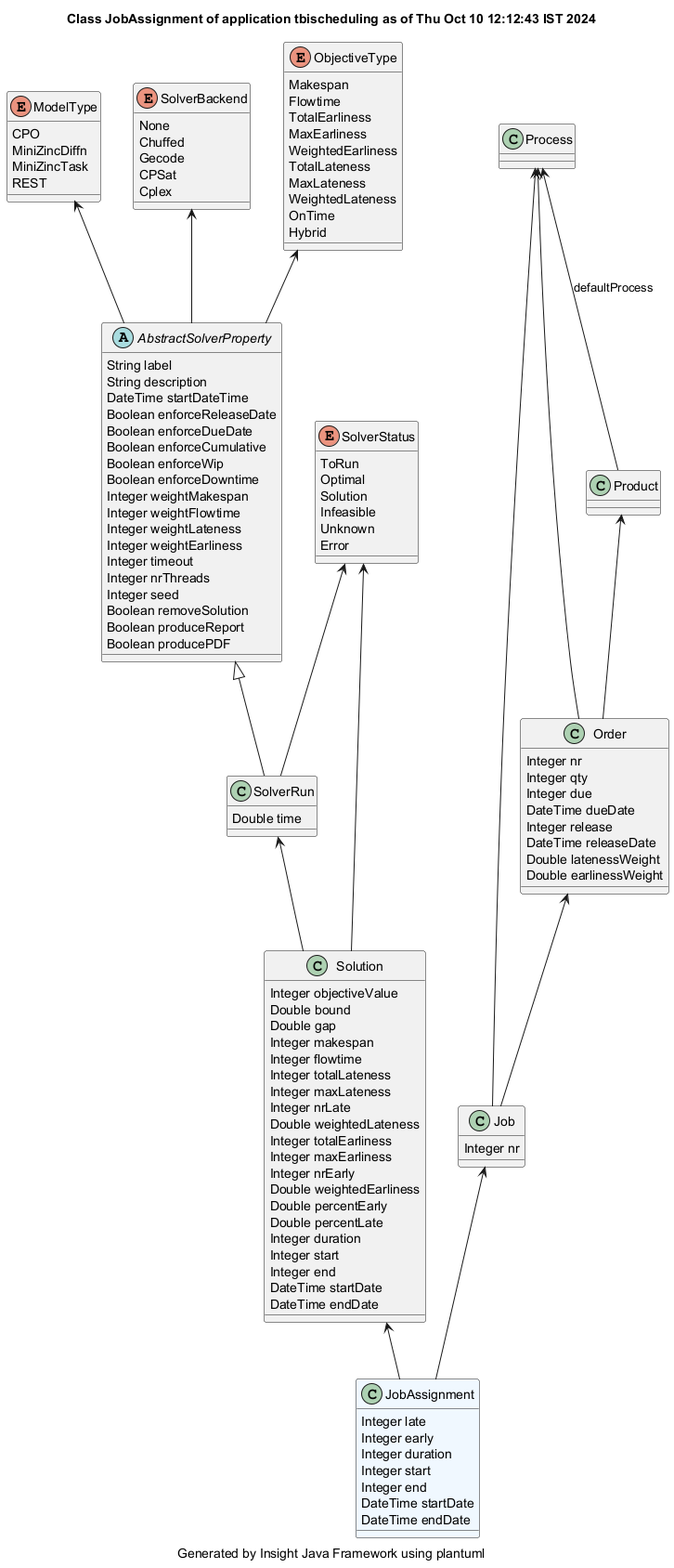
The PlantUML diagram demonstrator/tbischeduling/site/plantuml/JobAssignment.png in hsimonis/schedulingtraining, before a commit.
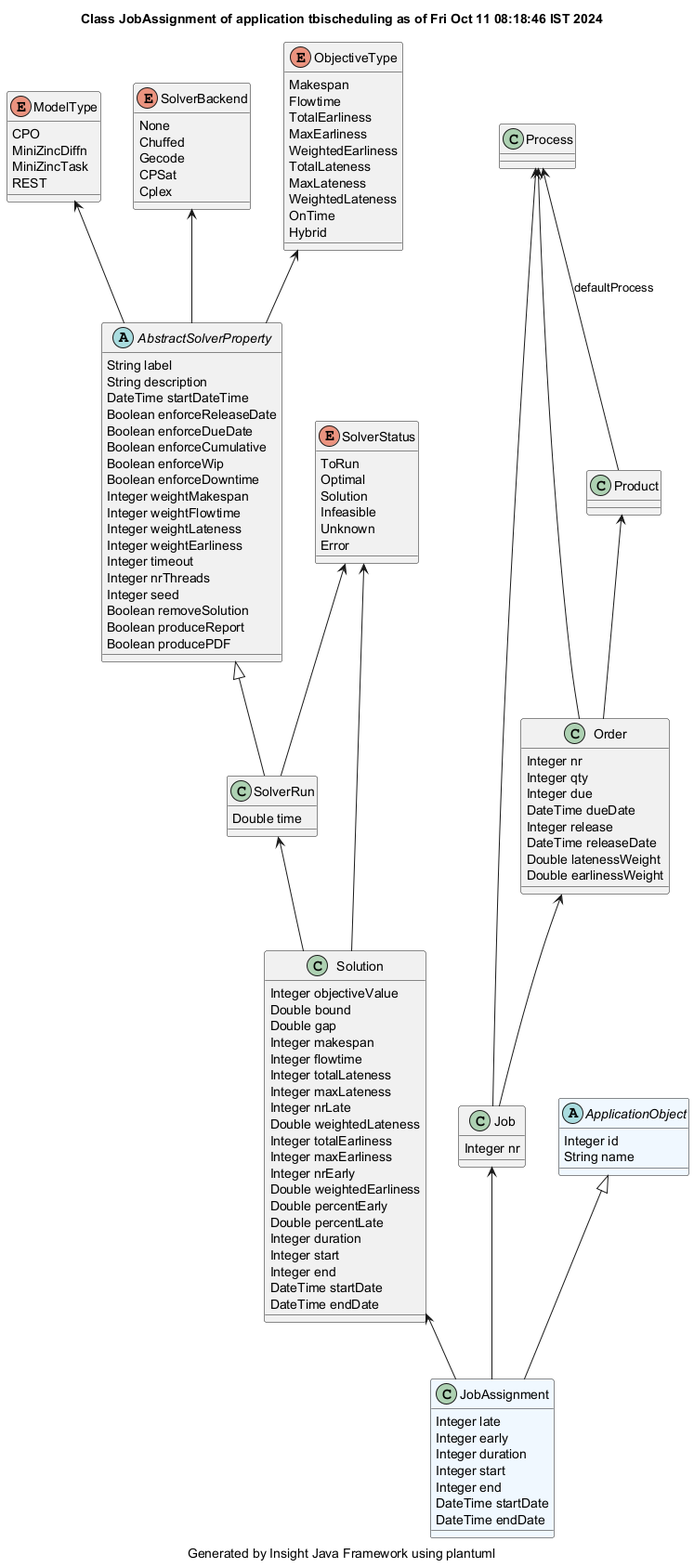
After the change.

Change to the diagram source:
```diff
@@ -1,5 +1,5 @@
 @startuml
-title Class JobAssignment of application tbischeduling as of Thu Oct 10 12:12:43 IST 2024
+title Class JobAssignment of application tbischeduling as of Fri Oct 11 08:18:46 IST 2024
 caption Generated by Insight Java Framework using plantuml
 class JobAssignment #aliceblue
 JobAssignment : Integer late
@@ -115,4 +115,9 @@
 
 Process  <-- Order
 Process  <-- Job
+abstract ApplicationObject #aliceblue
+ApplicationObject : Integer id
+ApplicationObject : String name
+
+ApplicationObject <|-- JobAssignment
 @enduml
```
